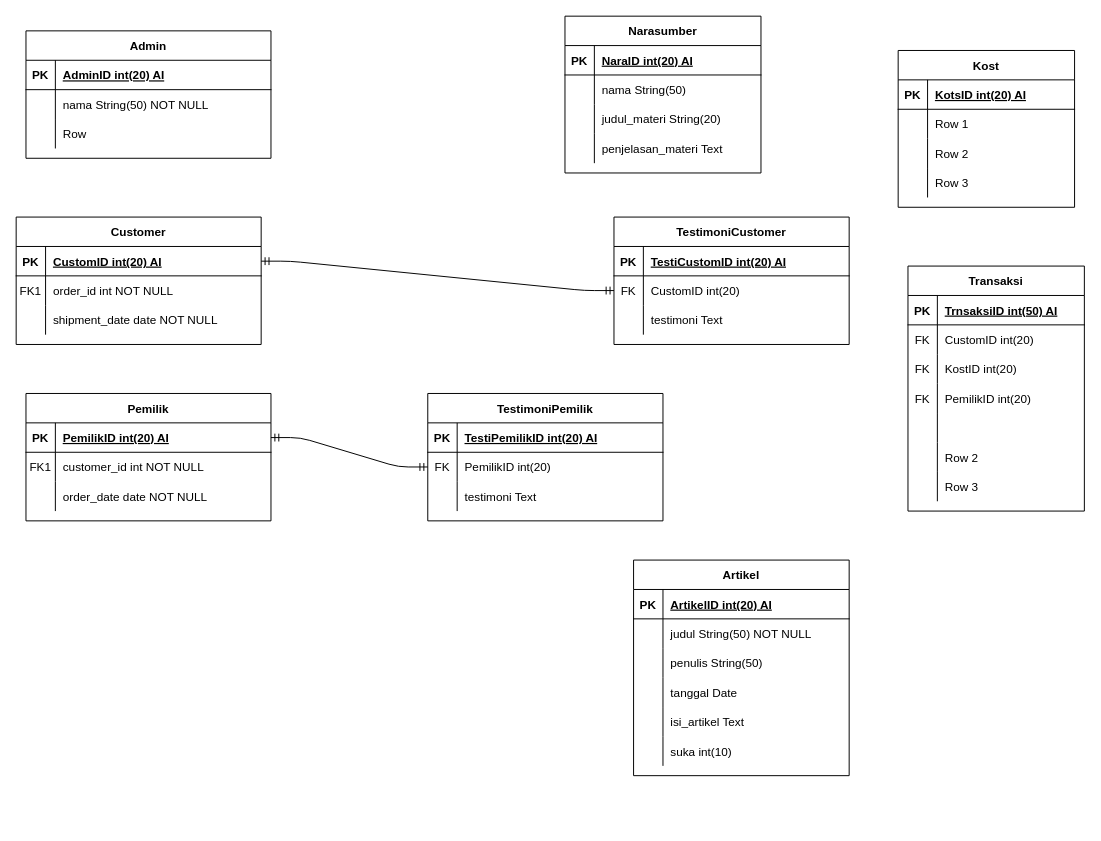
Above: ERD TerasKos.drawio in sendy452/DIagram-Model (draw.io), before the change. Source tidied: cells renumbered, new cells numbered last; positions are measured from the earlier drawing's top-left corner, leaving out a move shared by most shapes. Both pictures are drawn from the tidied source at 98%, with x=0, y=0 at pixel (16, 16).
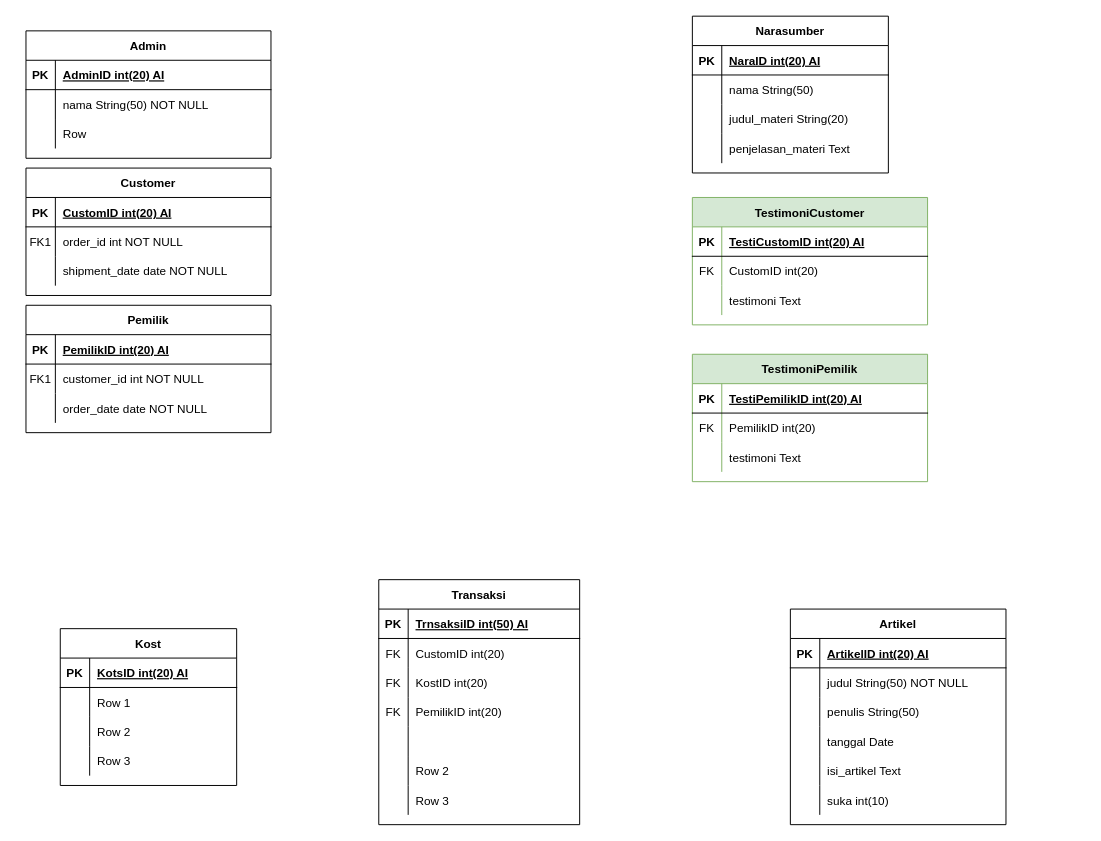
Above is the later version.

Unchanged cells that the change refers to:
```xml
<mxCell id="3" style="shape=partialRectangle;fillColor=none;points=[[0,0.5],[1,0.5]];portConstraint=eastwest;top=0;left=0;right=0;bottom=1;" parent="2" vertex="1">
  <mxGeometry y="30" width="250" height="30" as="geometry" />
</mxCell>
<mxCell id="13" style="shape=partialRectangle;fillColor=none;points=[[0,0.5],[1,0.5]];portConstraint=eastwest;top=0;left=0;right=0;bottom=1;" parent="12" vertex="1">
  <mxGeometry y="30" width="250" height="30" as="geometry" />
</mxCell>
<mxCell id="55" style="shape=partialRectangle;fillColor=none;top=0;left=0;bottom=0;right=0;points=[[0,0.5],[1,0.5]];portConstraint=eastwest;" parent="51" vertex="1">
  <mxGeometry y="60" width="240" height="30" as="geometry" />
</mxCell>
<mxCell id="65" style="shape=partialRectangle;fillColor=none;top=0;left=0;bottom=0;right=0;points=[[0,0.5],[1,0.5]];portConstraint=eastwest;" parent="61" vertex="1">
  <mxGeometry y="60" width="240" height="30" as="geometry" />
</mxCell>
```

Change to the diagram source:
```diff
@@
     <mxCell id="2" value="Pemilik" style="shape=table;startSize=30;childLayout=tableLayout;rowLines=0;fontStyle=1;align=center;" parent="1" vertex="1">
-      <mxGeometry x="10" y="385" width="250" height="130" as="geometry" />
+      <mxGeometry x="10" y="295" width="250" height="130" as="geometry" />
     </mxCell>
@@
     <mxCell id="12" value="Customer" style="shape=table;startSize=30;childLayout=tableLayout;rowLines=0;fontStyle=1;align=center;" parent="1" vertex="1">
-      <mxGeometry y="205" width="250" height="130" as="geometry" />
+      <mxGeometry x="10" y="155" width="250" height="130" as="geometry" />
     </mxCell>
@@
     <mxCell id="32" value="Artikel" style="shape=table;startSize=30;childLayout=tableLayout;rowLines=0;fontStyle=1;align=center;" parent="1" vertex="1">
-      <mxGeometry x="630" y="555" width="220" height="220" as="geometry" />
+      <mxGeometry x="790" y="605" width="220" height="220" as="geometry" />
     </mxCell>
@@
-    <mxCell id="51" value="TestimoniCustomer" style="shape=table;startSize=30;childLayout=tableLayout;rowLines=0;fontStyle=1;align=center;" parent="1" vertex="1">
-      <mxGeometry x="610" y="205" width="240" height="130" as="geometry" />
+    <mxCell id="51" value="TestimoniCustomer" style="shape=table;startSize=30;childLayout=tableLayout;rowLines=0;fontStyle=1;align=center;fillColor=#d5e8d4;strokeColor=#82b366;" parent="1" vertex="1">
+      <mxGeometry x="690" y="185" width="240" height="130" as="geometry" />
     </mxCell>
@@
-    <mxCell id="61" value="TestimoniPemilik" style="shape=table;startSize=30;childLayout=tableLayout;rowLines=0;fontStyle=1;align=center;" parent="1" vertex="1">
-      <mxGeometry x="420" y="385" width="240" height="130" as="geometry" />
+    <mxCell id="61" value="TestimoniPemilik" style="shape=table;startSize=30;childLayout=tableLayout;rowLines=0;fontStyle=1;align=center;fillColor=#d5e8d4;strokeColor=#82b366;" parent="1" vertex="1">
+      <mxGeometry x="690" y="345" width="240" height="130" as="geometry" />
     </mxCell>
@@
-    <mxCell id="71" style="edgeStyle=entityRelationEdgeStyle;fontSize=12;html=1;endArrow=ERmandOne;startArrow=ERmandOne;" parent="1" edge="1" source="13" target="55">
-      <mxGeometry relative="1" as="geometry" />
-    </mxCell>
-    <mxCell id="72" style="edgeStyle=entityRelationEdgeStyle;fontSize=12;html=1;endArrow=ERmandOne;startArrow=ERmandOne;" parent="1" edge="1" source="3" target="65">
-      <mxGeometry relative="1" as="geometry" />
-    </mxCell>
     <mxCell id="73" value="Narasumber" style="shape=table;startSize=30;childLayout=tableLayout;rowLines=0;fontStyle=1;align=center;" parent="1" vertex="1">
-      <mxGeometry x="560" width="200" height="160" as="geometry" />
+      <mxGeometry x="690" width="200" height="160" as="geometry" />
     </mxCell>
@@
     <mxCell id="86" value="Kost" style="shape=table;startSize=30;childLayout=tableLayout;rowLines=0;fontStyle=1;align=center;" parent="1" vertex="1">
-      <mxGeometry x="900" y="35" width="180" height="160" as="geometry" />
+      <mxGeometry x="45" y="625" width="180" height="160" as="geometry" />
     </mxCell>
@@
     <mxCell id="99" value="Transaksi" style="shape=table;startSize=30;childLayout=tableLayout;rowLines=0;fontStyle=1;align=center;" parent="1" vertex="1">
-      <mxGeometry x="910" y="255" width="180" height="250" as="geometry" />
+      <mxGeometry x="370" y="575" width="205" height="250" as="geometry" />
     </mxCell>
     <mxCell id="100" style="shape=partialRectangle;fillColor=none;top=0;left=0;bottom=1;right=0;" parent="99" vertex="1">
-      <mxGeometry y="30" width="180" height="30" as="geometry" />
+      <mxGeometry y="30" width="205" height="30" as="geometry" />
     </mxCell>
@@
     <mxCell id="102" value="TrnsaksiID int(50) AI" style="shape=partialRectangle;fillColor=none;top=0;left=0;bottom=0;right=0;align=left;spacingLeft=6;fontStyle=5;overflow=hidden;" parent="100" vertex="1">
-      <mxGeometry x="30" width="150" height="30" as="geometry" />
+      <mxGeometry x="30" width="175" height="30" as="geometry" />
     </mxCell>
     <mxCell id="103" style="shape=partialRectangle;fillColor=none;top=0;left=0;bottom=0;right=0;" parent="99" vertex="1">
-      <mxGeometry y="60" width="180" height="30" as="geometry" />
+      <mxGeometry y="60" width="205" height="30" as="geometry" />
     </mxCell>
@@
     <mxCell id="105" value="CustomID int(20)" style="shape=partialRectangle;fillColor=none;top=0;left=0;bottom=0;right=0;align=left;spacingLeft=6;fontStyle=0;overflow=hidden;" parent="103" vertex="1">
-      <mxGeometry x="30" width="150" height="30" as="geometry" />
+      <mxGeometry x="30" width="175" height="30" as="geometry" />
     </mxCell>
     <mxCell id="106" style="shape=partialRectangle;fillColor=none;top=0;left=0;bottom=0;right=0;" parent="99" vertex="1">
-      <mxGeometry y="90" width="180" height="30" as="geometry" />
+      <mxGeometry y="90" width="205" height="30" as="geometry" />
     </mxCell>
@@
     <mxCell id="108" value="KostID int(20)" style="shape=partialRectangle;fillColor=none;top=0;left=0;bottom=0;right=0;align=left;spacingLeft=6;fontStyle=0;overflow=hidden;" parent="106" vertex="1">
-      <mxGeometry x="30" width="150" height="30" as="geometry" />
+      <mxGeometry x="30" width="175" height="30" as="geometry" />
     </mxCell>
     <mxCell id="109" style="shape=partialRectangle;fillColor=none;top=0;left=0;bottom=0;right=0;" parent="99" vertex="1">
-      <mxGeometry y="120" width="180" height="30" as="geometry" />
+      <mxGeometry y="120" width="205" height="30" as="geometry" />
     </mxCell>
@@
     <mxCell id="111" value="PemilikID int(20)" style="shape=partialRectangle;fillColor=none;top=0;left=0;bottom=0;right=0;align=left;spacingLeft=6;fontStyle=0;overflow=hidden;" parent="109" vertex="1">
-      <mxGeometry x="30" width="150" height="30" as="geometry" />
+      <mxGeometry x="30" width="175" height="30" as="geometry" />
     </mxCell>
     <mxCell id="112" style="shape=partialRectangle;fillColor=none;top=0;left=0;bottom=0;right=0;" parent="99" vertex="1">
-      <mxGeometry y="150" width="180" height="30" as="geometry" />
+      <mxGeometry y="150" width="205" height="30" as="geometry" />
     </mxCell>
@@
     <mxCell id="114" style="shape=partialRectangle;fillColor=none;top=0;left=0;bottom=0;right=0;align=left;spacingLeft=6;overflow=hidden;" parent="112" vertex="1">
-      <mxGeometry x="30" width="150" height="30" as="geometry" />
+      <mxGeometry x="30" width="175" height="30" as="geometry" />
     </mxCell>
     <mxCell id="115" style="shape=partialRectangle;fillColor=none;top=0;left=0;bottom=0;right=0;" parent="99" vertex="1">
-      <mxGeometry y="180" width="180" height="30" as="geometry" />
+      <mxGeometry y="180" width="205" height="30" as="geometry" />
     </mxCell>
@@
     <mxCell id="117" value="Row 2" style="shape=partialRectangle;fillColor=none;top=0;left=0;bottom=0;right=0;align=left;spacingLeft=6;overflow=hidden;" parent="115" vertex="1">
-      <mxGeometry x="30" width="150" height="30" as="geometry" />
+      <mxGeometry x="30" width="175" height="30" as="geometry" />
     </mxCell>
     <mxCell id="118" style="shape=partialRectangle;fillColor=none;top=0;left=0;bottom=0;right=0;" parent="99" vertex="1">
-      <mxGeometry y="210" width="180" height="30" as="geometry" />
+      <mxGeometry y="210" width="205" height="30" as="geometry" />
     </mxCell>
@@
     <mxCell id="120" value="Row 3" style="shape=partialRectangle;fillColor=none;top=0;left=0;bottom=0;right=0;align=left;spacingLeft=6;overflow=hidden;" parent="118" vertex="1">
-      <mxGeometry x="30" width="150" height="30" as="geometry" />
+      <mxGeometry x="30" width="175" height="30" as="geometry" />
     </mxCell>
```
